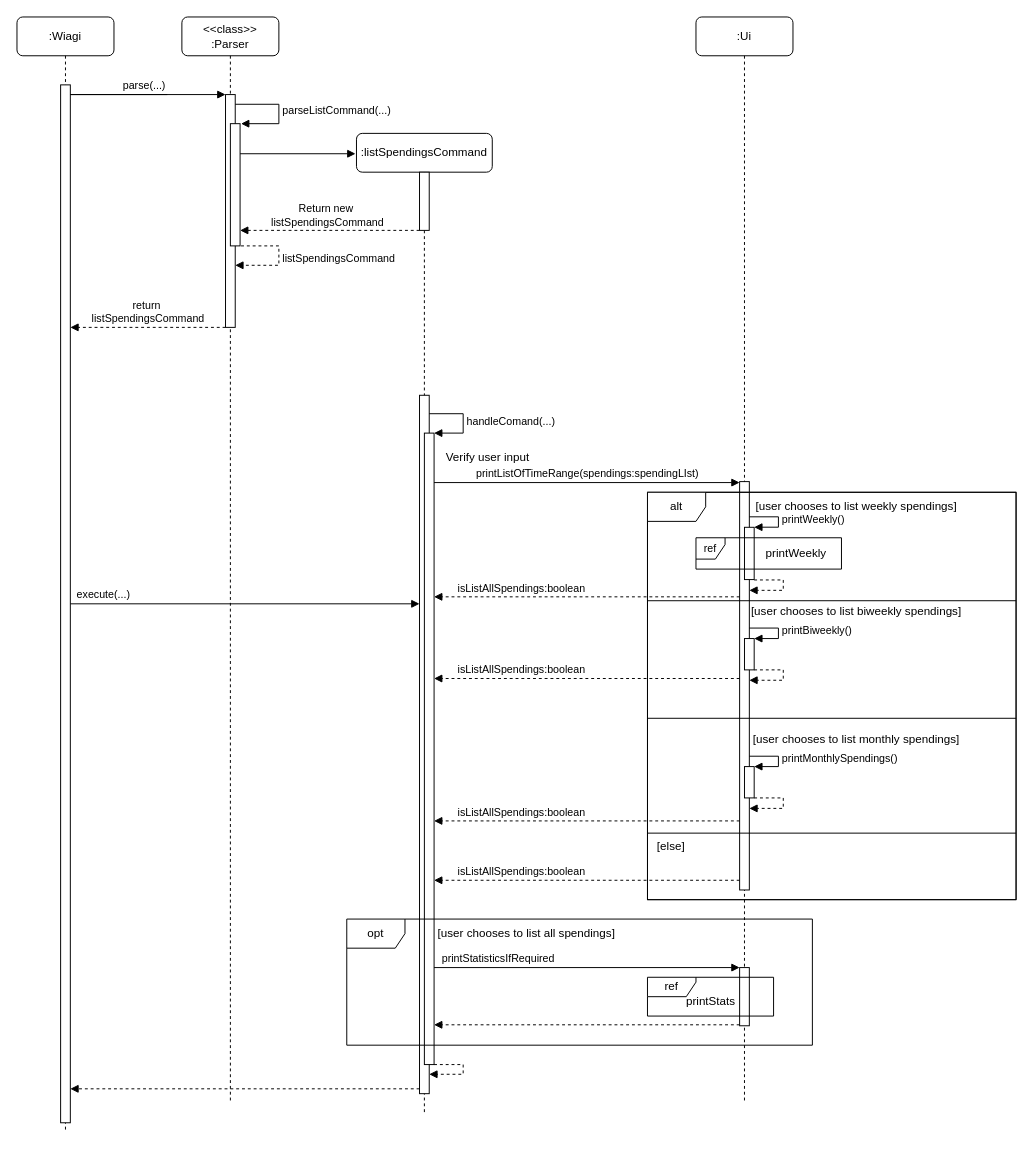
Above: docs/Diagrams/Commands/listSpendingsCommandSequence.drawio in wongwh2002/CS2113TeamProject (draw.io), before the change. Source tidied: cells renumbered, new cells numbered last; positions are measured from the earlier drawing's top-left corner, leaving out a move shared by most shapes. Both pictures are drawn from the tidied source at 97%, with x=0, y=0 at pixel (16, 16).
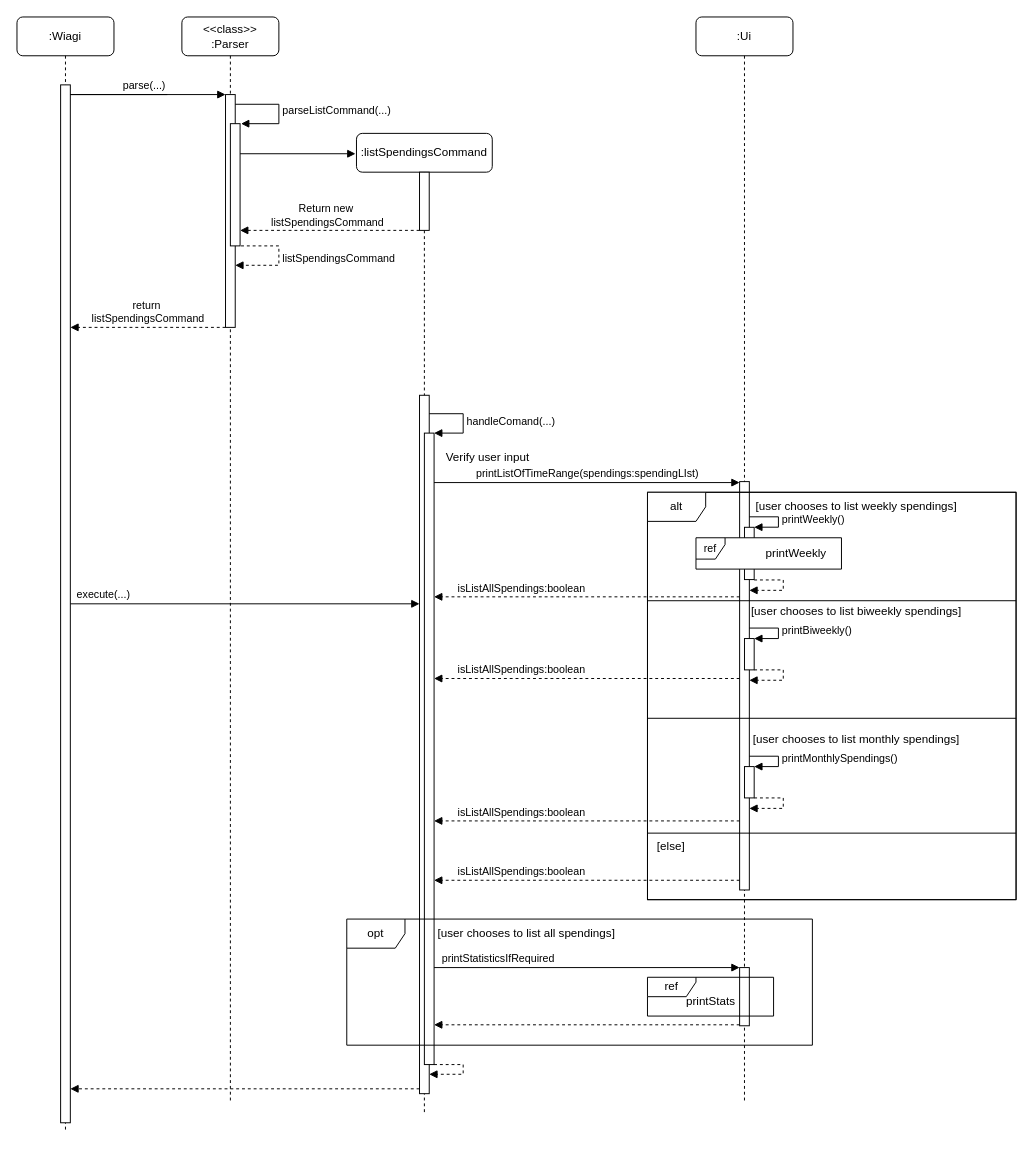
The same diagram, later.

Unchanged cells that the change refers to:
```xml
<mxCell id="27" style="group;fillColor=none;strokeColor=default;" parent="1" vertex="1">
  <mxGeometry x="650" y="490" width="380" height="420" as="geometry" />
</mxCell>
```

Change to the diagram source:
```diff
@@
-    <mxCell id="48" value="&lt;font style=&quot;font-size: 11px;&quot;&gt;ref&lt;/font&gt;" style="shape=umlFrame;whiteSpace=wrap;html=1;width=30;height=22;" parent="27" vertex="1">
+    <mxCell id="48" value="&lt;font style=&quot;font-size: 11px;&quot;&gt;ref&lt;/font&gt;" style="shape=umlFrame;whiteSpace=wrap;html=1;width=30;height=22;swimlaneFillColor=default;" parent="27" vertex="1">
       <mxGeometry x="50" y="46.9" width="150" height="32.3" as="geometry" />
     </mxCell>
```
